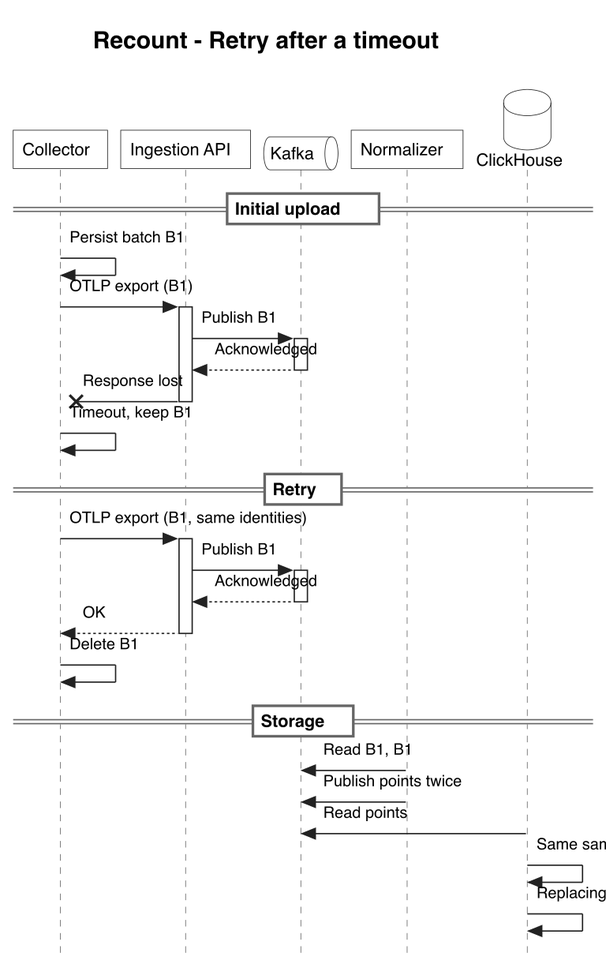
This is docs/diagrams/telemetry-retry.png from theodore-lheureux/pfe-telemetry, a PlantUML export, as it was before one commit. Its source is kept beside it as docs/telemetry-retry.puml. The source it was exported from:
```plantuml
@startuml
!pragma teoz true
!include diagram-style.iuml

title Recount - Retry after a timeout
skinparam style strictuml
hide footbox

participant "Collector" as collector
participant "Ingestion API" as ingestion
queue "Kafka" as kafka
participant "Normalizer" as normalizer
database "ClickHouse" as clickhouse

== Initial upload ==
collector -> collector : Persist batch B1
collector -> ingestion ++ : OTLP export (B1)
ingestion -> kafka ++ : Publish B1
kafka --> ingestion -- : Acknowledged
ingestion ->x collector -- : Response lost
collector -> collector : Timeout, keep B1

== Retry ==
collector -> ingestion ++ : OTLP export (B1, same identities)
ingestion -> kafka ++ : Publish B1
kafka --> ingestion -- : Acknowledged
ingestion --> collector -- : OK
collector -> collector : Delete B1

== Storage ==
normalizer -> kafka : Read B1, B1
normalizer -> kafka : Publish points twice
clickhouse -> kafka : Read points
clickhouse -> clickhouse : Same sample identity
clickhouse -> clickhouse : ReplacingMergeTree keeps one row
@enduml
```
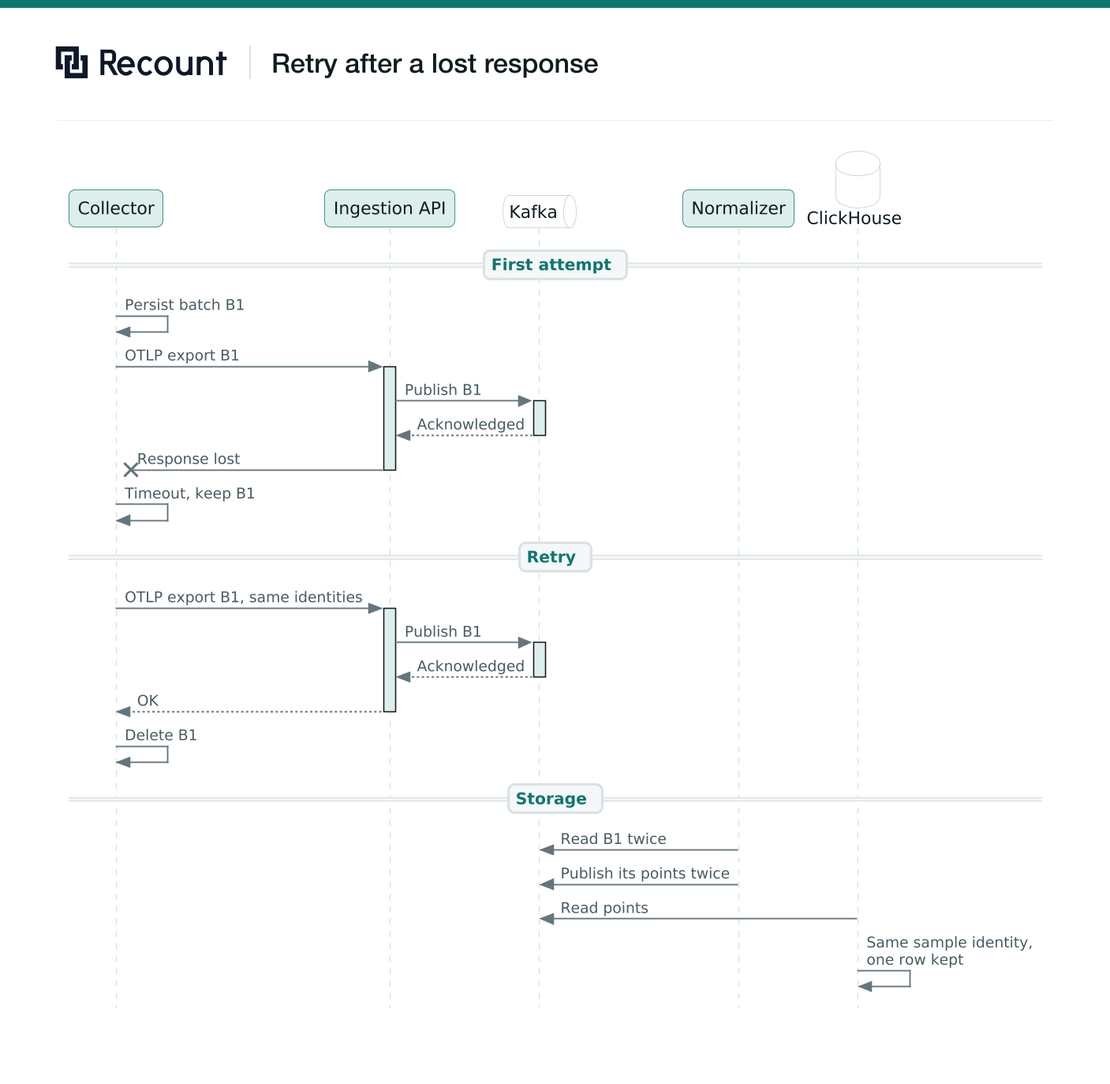
The same file after the commit.

Change to the diagram source:
```diff
@@ -1,36 +1,34 @@
 @startuml
-!pragma teoz true
 !include diagram-style.iuml
-
-title Recount - Retry after a timeout
 skinparam style strictuml
 hide footbox
 
-participant "Collector" as collector
-participant "Ingestion API" as ingestion
+participant "Collector" as collector <<recount>>
+participant "Ingestion API" as ingestion <<recount>>
 queue "Kafka" as kafka
-participant "Normalizer" as normalizer
+participant "Normalizer" as normalizer <<recount>>
 database "ClickHouse" as clickhouse
 
-== Initial upload ==
+== First attempt ==
 collector -> collector : Persist batch B1
-collector -> ingestion ++ : OTLP export (B1)
+collector -> ingestion ++ : OTLP export B1
 ingestion -> kafka ++ : Publish B1
 kafka --> ingestion -- : Acknowledged
 ingestion ->x collector -- : Response lost
 collector -> collector : Timeout, keep B1
 
 == Retry ==
-collector -> ingestion ++ : OTLP export (B1, same identities)
+collector -> ingestion ++ : OTLP export B1, same identities
 ingestion -> kafka ++ : Publish B1
 kafka --> ingestion -- : Acknowledged
 ingestion --> collector -- : OK
 collector -> collector : Delete B1
 
 == Storage ==
-normalizer -> kafka : Read B1, B1
-normalizer -> kafka : Publish points twice
+normalizer -> kafka : Read B1 twice
+normalizer -> kafka : Publish its points twice
 clickhouse -> kafka : Read points
-clickhouse -> clickhouse : Same sample identity
-clickhouse -> clickhouse : ReplacingMergeTree keeps one row
+clickhouse -> clickhouse : Same sample identity,\none row kept
+
+hide stereotype
 @enduml
```
